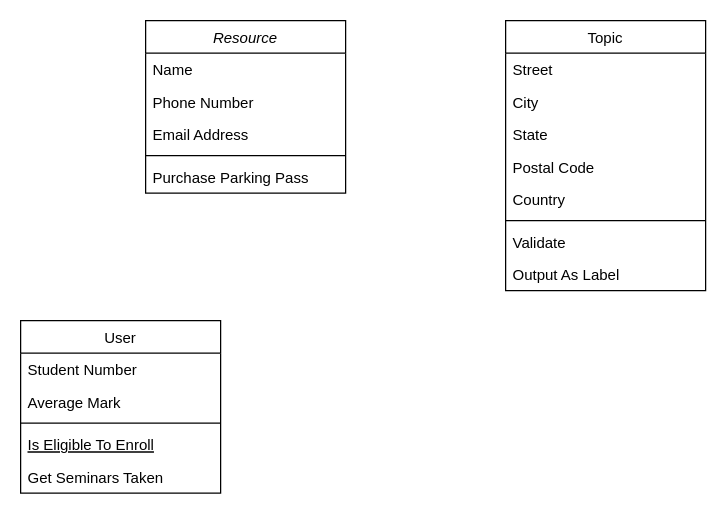
code-a11ly/Draw.io keeps this draw.io diagram as ManagementAPI.drawio. Above is the earlier version. Source tidied: cells renumbered, new cells numbered last; positions are measured from the earlier drawing's top-left corner, leaving out a move shared by most shapes. Both pictures are drawn from the tidied source at 125%, with x=0, y=0 at pixel (20, 20).
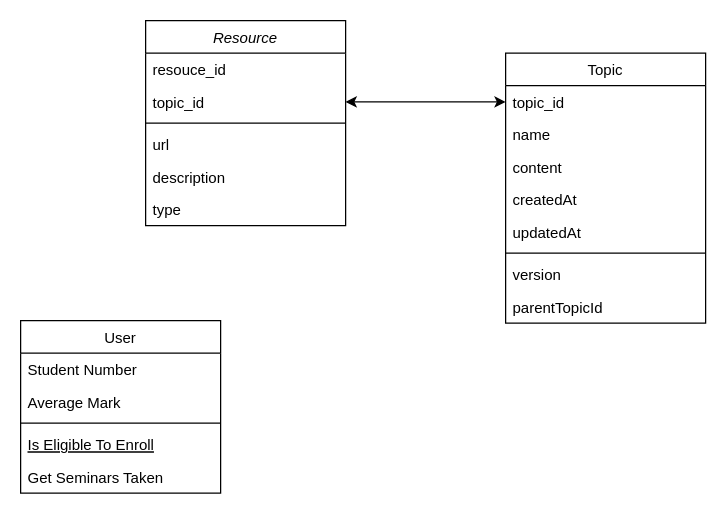
Above is the later version.

Change to the diagram source:
```diff
@@
     <mxCell id="2" value="Resource" style="swimlane;fontStyle=2;align=center;verticalAlign=top;horizontal=1;startSize=26;rounded=0;shadow=0;strokeWidth=1;" parent="1" vertex="1">
-      <mxGeometry x="100" width="160" height="138" as="geometry" />
+      <mxGeometry x="100" width="160" height="164" as="geometry" />
     </mxCell>
+    <mxCell id="4" value="resouce_id" style="text;align=left;verticalAlign=top;spacingLeft=4;spacingRight=4;overflow=hidden;rounded=0;shadow=0;html=0;" parent="2" vertex="1">
+      <mxGeometry y="26" width="160" height="26" as="geometry" />
+    </mxCell>
+    <mxCell id="15" value="topic_id" style="text;align=left;verticalAlign=top;spacingLeft=4;spacingRight=4;overflow=hidden;points=[[0,0.5],[1,0.5]];portConstraint=eastwest;" parent="2" vertex="1">
+      <mxGeometry y="52" width="160" height="26" as="geometry" />
+    </mxCell>
+    <mxCell id="6" style="line;html=1;strokeWidth=1;align=left;verticalAlign=middle;spacingTop=-1;spacingLeft=3;spacingRight=3;labelPosition=right;" parent="2" vertex="1">
+      <mxGeometry y="78" width="160" height="8" as="geometry" />
+    </mxCell>
-    <mxCell id="3" value="Name" style="text;align=left;verticalAlign=top;spacingLeft=4;spacingRight=4;overflow=hidden;" parent="2" vertex="1">
-      <mxGeometry y="26" width="160" height="26" as="geometry" />
+    <mxCell id="3" value="url" style="text;align=left;verticalAlign=top;spacingLeft=4;spacingRight=4;overflow=hidden;" parent="2" vertex="1">
+      <mxGeometry y="86" width="160" height="26" as="geometry" />
     </mxCell>
-    <mxCell id="4" value="Phone Number" style="text;align=left;verticalAlign=top;spacingLeft=4;spacingRight=4;overflow=hidden;rounded=0;shadow=0;html=0;" parent="2" vertex="1">
-      <mxGeometry y="52" width="160" height="26" as="geometry" />
-    </mxCell>
-    <mxCell id="5" value="Email Address" style="text;align=left;verticalAlign=top;spacingLeft=4;spacingRight=4;overflow=hidden;rounded=0;shadow=0;html=0;" parent="2" vertex="1">
-      <mxGeometry y="78" width="160" height="26" as="geometry" />
+    <mxCell id="5" value="description" style="text;align=left;verticalAlign=top;spacingLeft=4;spacingRight=4;overflow=hidden;rounded=0;shadow=0;html=0;" parent="2" vertex="1">
+      <mxGeometry y="112" width="160" height="26" as="geometry" />
     </mxCell>
-    <mxCell id="6" style="line;html=1;strokeWidth=1;align=left;verticalAlign=middle;spacingTop=-1;spacingLeft=3;spacingRight=3;labelPosition=right;" parent="2" vertex="1">
-      <mxGeometry y="104" width="160" height="8" as="geometry" />
-    </mxCell>
-    <mxCell id="7" value="Purchase Parking Pass" style="text;align=left;verticalAlign=top;spacingLeft=4;spacingRight=4;overflow=hidden;" parent="2" vertex="1">
-      <mxGeometry y="112" width="160" height="26" as="geometry" />
+    <mxCell id="7" value="type" style="text;align=left;verticalAlign=top;spacingLeft=4;spacingRight=4;overflow=hidden;" parent="2" vertex="1">
+      <mxGeometry y="138" width="160" height="26" as="geometry" />
     </mxCell>
@@
     <mxCell id="14" value="Topic" style="swimlane;fontStyle=0;align=center;verticalAlign=top;horizontal=1;startSize=26;rounded=0;shadow=0;strokeWidth=1;" parent="1" vertex="1">
-      <mxGeometry x="388" width="160" height="216" as="geometry" />
+      <mxGeometry x="388" y="26" width="160" height="216" as="geometry" />
     </mxCell>
-    <mxCell id="15" value="Street" style="text;align=left;verticalAlign=top;spacingLeft=4;spacingRight=4;overflow=hidden;points=[[0,0.5],[1,0.5]];portConstraint=eastwest;" parent="14" vertex="1">
-      <mxGeometry y="26" width="160" height="26" as="geometry" />
-    </mxCell>
+    <mxCell id="23" value="topic_id" style="text;align=left;verticalAlign=top;spacingLeft=4;spacingRight=4;overflow=hidden;points=[[0,0.5],[1,0.5]];portConstraint=eastwest;" parent="14" vertex="1">
+      <mxGeometry y="26" width="160" height="26" as="geometry" />
+    </mxCell>
-    <mxCell id="16" value="City" style="text;align=left;verticalAlign=top;spacingLeft=4;spacingRight=4;overflow=hidden;rounded=0;shadow=0;html=0;" parent="14" vertex="1">
+    <mxCell id="16" value="name" style="text;align=left;verticalAlign=top;spacingLeft=4;spacingRight=4;overflow=hidden;rounded=0;shadow=0;html=0;" parent="14" vertex="1">
       <mxGeometry y="52" width="160" height="26" as="geometry" />
     </mxCell>
-    <mxCell id="17" value="State" style="text;align=left;verticalAlign=top;spacingLeft=4;spacingRight=4;overflow=hidden;rounded=0;shadow=0;html=0;" parent="14" vertex="1">
+    <mxCell id="17" value="content" style="text;align=left;verticalAlign=top;spacingLeft=4;spacingRight=4;overflow=hidden;rounded=0;shadow=0;html=0;" parent="14" vertex="1">
       <mxGeometry y="78" width="160" height="26" as="geometry" />
     </mxCell>
-    <mxCell id="18" value="Postal Code" style="text;align=left;verticalAlign=top;spacingLeft=4;spacingRight=4;overflow=hidden;rounded=0;shadow=0;html=0;" parent="14" vertex="1">
+    <mxCell id="18" value="createdAt" style="text;align=left;verticalAlign=top;spacingLeft=4;spacingRight=4;overflow=hidden;rounded=0;shadow=0;html=0;" parent="14" vertex="1">
       <mxGeometry y="104" width="160" height="26" as="geometry" />
     </mxCell>
-    <mxCell id="19" value="Country" style="text;align=left;verticalAlign=top;spacingLeft=4;spacingRight=4;overflow=hidden;rounded=0;shadow=0;html=0;" parent="14" vertex="1">
+    <mxCell id="19" value="updatedAt" style="text;align=left;verticalAlign=top;spacingLeft=4;spacingRight=4;overflow=hidden;rounded=0;shadow=0;html=0;" parent="14" vertex="1">
       <mxGeometry y="130" width="160" height="26" as="geometry" />
     </mxCell>
@@
-    <mxCell id="21" value="Validate" style="text;align=left;verticalAlign=top;spacingLeft=4;spacingRight=4;overflow=hidden;" parent="14" vertex="1">
+    <mxCell id="21" value="version" style="text;align=left;verticalAlign=top;spacingLeft=4;spacingRight=4;overflow=hidden;" parent="14" vertex="1">
       <mxGeometry y="164" width="160" height="26" as="geometry" />
     </mxCell>
-    <mxCell id="22" value="Output As Label" style="text;align=left;verticalAlign=top;spacingLeft=4;spacingRight=4;overflow=hidden;" parent="14" vertex="1">
+    <mxCell id="22" value="parentTopicId" style="text;align=left;verticalAlign=top;spacingLeft=4;spacingRight=4;overflow=hidden;" parent="14" vertex="1">
       <mxGeometry y="190" width="160" height="26" as="geometry" />
     </mxCell>
+    <mxCell id="24" style="endArrow=classic;startArrow=classic;html=1;rounded=0;entryX=0;entryY=0.5;entryDx=0;entryDy=0;exitX=1;exitY=0.5;exitDx=0;exitDy=0;" parent="1" edge="1" source="15" target="23">
+      <mxGeometry relative="1" as="geometry" />
+    </mxCell>
```
